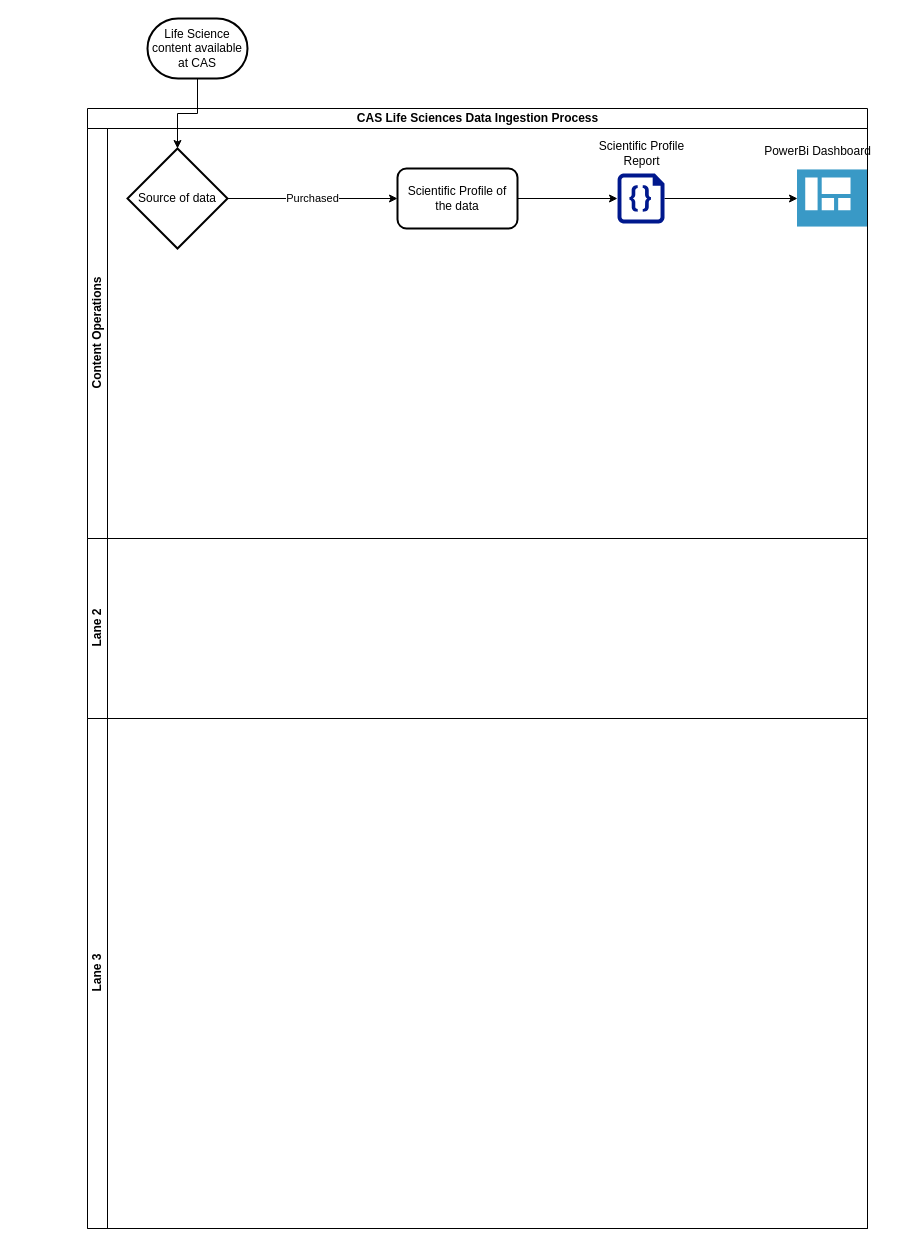
Above: Untitled Diagram.drawio in nilesh-tawari/smartpv_dist (draw.io), before the change. Source tidied: cells renumbered, new cells numbered last; positions are measured from the earlier drawing's top-left corner, leaving out a move shared by most shapes. Both pictures are drawn from the tidied source at 100%, with x=0, y=0 at pixel (87, 18).
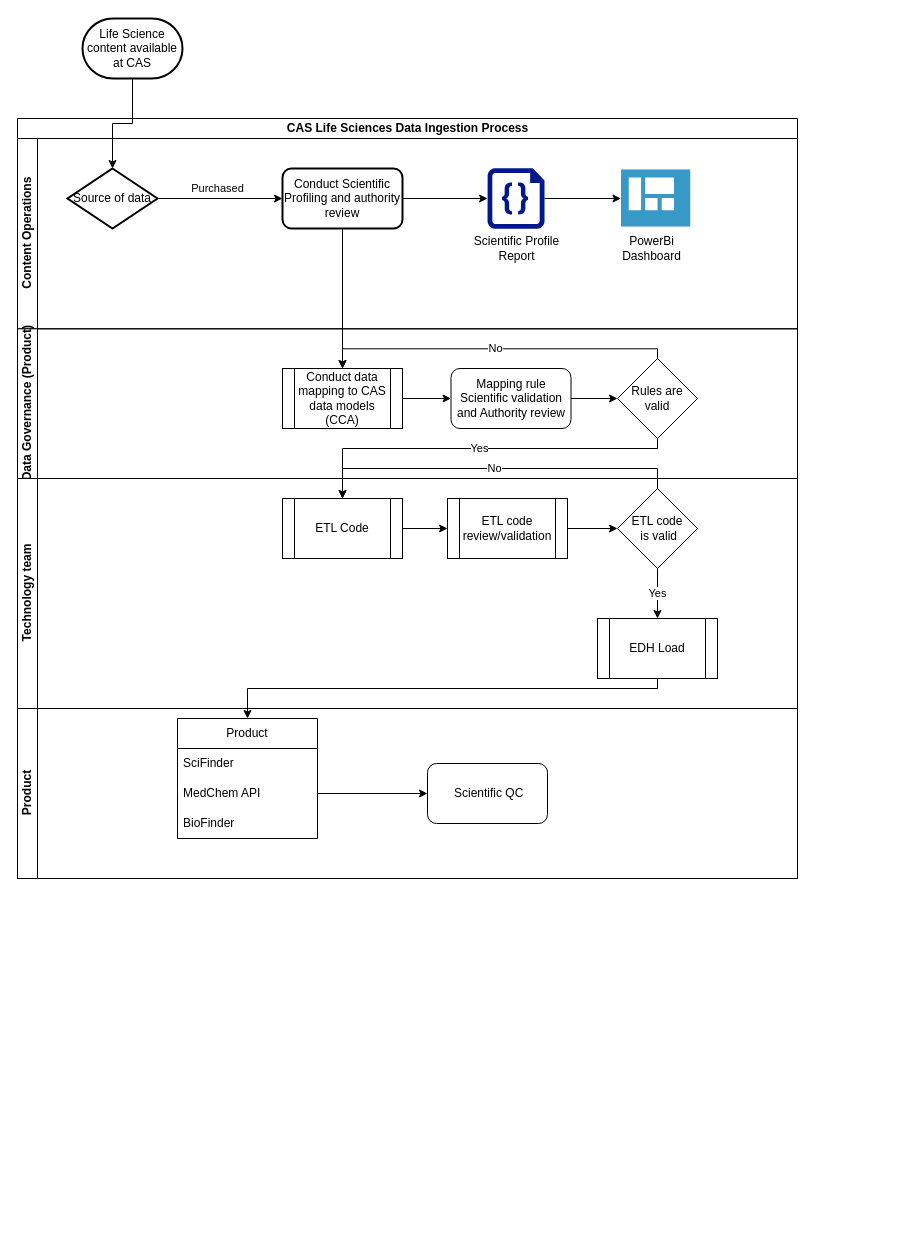
After the change.

Diff of the diagram source:
```diff
@@
     <mxCell id="2" value="CAS Life Sciences Data Ingestion Process" style="swimlane;horizontal=1;startSize=20;html=1;" parent="1" vertex="1">
-      <mxGeometry y="90" width="780" height="1120" as="geometry" />
+      <mxGeometry x="-70" y="100" width="780" height="760" as="geometry" />
     </mxCell>
     <mxCell id="3" value="Content Operations" style="swimlane;startSize=20;horizontal=0;html=1;" parent="2" vertex="1">
-      <mxGeometry y="20" width="780" height="410" as="geometry" />
+      <mxGeometry y="20" width="780" height="190.3" as="geometry" />
     </mxCell>
     <mxCell id="4" value="Purchased" style="edgeStyle=orthogonalEdgeStyle;rounded=0;jettySize=auto;html=1;" parent="3" edge="1" source="5" target="7">
-      <mxGeometry relative="1" as="geometry" />
+      <mxGeometry x="-0.04" y="10" relative="1" as="geometry" />
     </mxCell>
     <mxCell id="5" value="Source of data" style="strokeWidth=2;html=1;shape=mxgraph.flowchart.decision;whiteSpace=wrap;" parent="3" vertex="1">
-      <mxGeometry x="40" y="20" width="100" height="100" as="geometry" />
+      <mxGeometry x="50" y="30" width="90" height="60" as="geometry" />
     </mxCell>
-    <mxCell id="6" style="edgeStyle=orthogonalEdgeStyle;rounded=0;jettySize=auto;html=1;" parent="3" edge="1" source="7" target="9">
+    <mxCell id="6" style="edgeStyle=orthogonalEdgeStyle;rounded=0;jettySize=auto;html=1;entryX=0;entryY=0.5;entryDx=0;entryDy=0;entryPerimeter=0;" parent="3" edge="1" source="7" target="9">
       <mxGeometry relative="1" as="geometry" />
     </mxCell>
-    <mxCell id="7" value="Scientific Profile of the data" style="rounded=1;whiteSpace=wrap;html=1;strokeWidth=2;" parent="3" vertex="1">
-      <mxGeometry x="310" y="40" width="120" height="60" as="geometry" />
+    <mxCell id="7" value="Conduct Scientific Profiling and authority review" style="rounded=1;whiteSpace=wrap;html=1;strokeWidth=2;" parent="3" vertex="1">
+      <mxGeometry x="265" y="30" width="120" height="60" as="geometry" />
     </mxCell>
@@
     <mxCell id="9" style="sketch=0;shadow=0;dashed=0;html=1;strokeColor=none;labelPosition=center;verticalLabelPosition=bottom;verticalAlign=top;align=center;fillColor=#00188D;shape=mxgraph.azure.code_file;" parent="3" vertex="1">
-      <mxGeometry x="530" y="45" width="47" height="50" as="geometry" />
+      <mxGeometry x="470" y="29.7" width="57" height="60.6" as="geometry" />
     </mxCell>
     <mxCell id="10" value="Scientific Profile&lt;br&gt;Report" style="text;html=1;align=center;verticalAlign=middle;strokeColor=none;fillColor=none;" parent="3" vertex="1">
-      <mxGeometry x="498.5" y="5" width="110" height="40" as="geometry" />
+      <mxGeometry x="443.5" y="90.3" width="110" height="40" as="geometry" />
     </mxCell>
     <mxCell id="11" style="image;sketch=0;html=1;points=[];align=center;fontSize=12;image=img/lib/mscae/Shared_Dashboard.svg;" parent="3" vertex="1">
-      <mxGeometry x="710" y="41.3" width="70" height="57.4" as="geometry" />
+      <mxGeometry x="603.5" y="31.3" width="70" height="57.4" as="geometry" />
     </mxCell>
+    <mxCell id="16" value="PowerBi &lt;br&gt;Dashboard" style="text;html=1;align=center;verticalAlign=middle;strokeColor=none;fillColor=none;" parent="3" vertex="1">
+      <mxGeometry x="593.5" y="90.3" width="80" height="40" as="geometry" />
+    </mxCell>
-    <mxCell id="12" value="Lane 2" style="swimlane;startSize=20;horizontal=0;html=1;" parent="2" vertex="1">
-      <mxGeometry y="430" width="780" height="180" as="geometry" />
+    <mxCell id="12" value="Data Governance (Product)" style="swimlane;startSize=20;horizontal=0;html=1;" parent="2" vertex="1">
+      <mxGeometry y="210.3" width="780" height="149.7" as="geometry" />
     </mxCell>
+    <mxCell id="17" value="Conduct data mapping to CAS data models (CCA)" style="shape=process;whiteSpace=wrap;html=1;backgroundOutline=1;" parent="12" vertex="1">
+      <mxGeometry x="265" y="39.7" width="120" height="60" as="geometry" />
+    </mxCell>
+    <mxCell id="18" style="edgeStyle=orthogonalEdgeStyle;rounded=0;jettySize=auto;html=1;entryX=0;entryY=0.5;entryDx=0;entryDy=0;" parent="12" edge="1" source="19" target="22">
+      <mxGeometry relative="1" as="geometry" />
+    </mxCell>
+    <mxCell id="19" value="Mapping rule Scientific validation and Authority review" style="rounded=1;whiteSpace=wrap;html=1;" parent="12" vertex="1">
+      <mxGeometry x="433.5" y="39.7" width="120" height="60" as="geometry" />
+    </mxCell>
+    <mxCell id="20" style="edgeStyle=orthogonalEdgeStyle;rounded=0;jettySize=auto;html=1;exitX=1;exitY=0.5;exitDx=0;exitDy=0;entryX=0;entryY=0.5;entryDx=0;entryDy=0;" parent="12" edge="1" source="17" target="19">
+      <mxGeometry relative="1" as="geometry" />
+    </mxCell>
+    <mxCell id="21" value="No" style="edgeStyle=orthogonalEdgeStyle;rounded=0;jettySize=auto;html=1;entryX=0.5;entryY=0;entryDx=0;entryDy=0;" parent="12" edge="1" source="22" target="17">
+      <mxGeometry relative="1" as="geometry">
+        <Array as="points">
+          <mxPoint x="640" y="20" />
+          <mxPoint x="325" y="20" />
+        </Array>
+      </mxGeometry>
+    </mxCell>
+    <mxCell id="22" value="Rules are valid" style="rhombus;whiteSpace=wrap;html=1;" parent="12" vertex="1">
+      <mxGeometry x="600" y="29.7" width="80" height="80" as="geometry" />
+    </mxCell>
-    <mxCell id="13" value="Lane 3" style="swimlane;startSize=20;horizontal=0;html=1;" parent="2" vertex="1">
-      <mxGeometry y="610" width="780" height="510" as="geometry" />
+    <mxCell id="13" value="Technology team" style="swimlane;startSize=20;horizontal=0;html=1;" parent="2" vertex="1">
+      <mxGeometry y="360" width="780" height="230" as="geometry" />
     </mxCell>
+    <mxCell id="23" style="edgeStyle=orthogonalEdgeStyle;rounded=0;jettySize=auto;html=1;exitX=1;exitY=0.5;exitDx=0;exitDy=0;entryX=0;entryY=0.5;entryDx=0;entryDy=0;" parent="13" edge="1" source="24" target="26">
+      <mxGeometry relative="1" as="geometry" />
+    </mxCell>
+    <mxCell id="24" value="ETL Code" style="shape=process;whiteSpace=wrap;html=1;backgroundOutline=1;" parent="13" vertex="1">
+      <mxGeometry x="265" y="20" width="120" height="60" as="geometry" />
+    </mxCell>
+    <mxCell id="25" value="EDH Load" style="shape=process;whiteSpace=wrap;html=1;backgroundOutline=1;" parent="13" vertex="1">
+      <mxGeometry x="580" y="140" width="120" height="60" as="geometry" />
+    </mxCell>
+    <mxCell id="26" value="ETL code review/validation" style="shape=process;whiteSpace=wrap;html=1;backgroundOutline=1;" parent="13" vertex="1">
+      <mxGeometry x="430" y="20" width="120" height="60" as="geometry" />
+    </mxCell>
+    <mxCell id="27" value="Yes" style="edgeStyle=orthogonalEdgeStyle;rounded=0;jettySize=auto;html=1;exitX=0.5;exitY=1;exitDx=0;exitDy=0;entryX=0.5;entryY=0;entryDx=0;entryDy=0;" parent="13" edge="1" source="29" target="25">
+      <mxGeometry relative="1" as="geometry" />
+    </mxCell>
+    <mxCell id="28" value="No" style="edgeStyle=orthogonalEdgeStyle;rounded=0;jettySize=auto;html=1;exitX=0.5;exitY=0;exitDx=0;exitDy=0;entryX=0.5;entryY=0;entryDx=0;entryDy=0;" parent="13" edge="1" source="29" target="24">
+      <mxGeometry relative="1" as="geometry" />
+    </mxCell>
+    <mxCell id="29" value="ETL code&lt;br&gt;&amp;nbsp;is valid" style="rhombus;whiteSpace=wrap;html=1;" parent="13" vertex="1">
+      <mxGeometry x="600" y="10" width="80" height="80" as="geometry" />
+    </mxCell>
+    <mxCell id="30" style="edgeStyle=orthogonalEdgeStyle;rounded=0;jettySize=auto;html=1;exitX=1;exitY=0.5;exitDx=0;exitDy=0;" parent="13" edge="1" source="26" target="29">
+      <mxGeometry relative="1" as="geometry" />
+    </mxCell>
+    <mxCell id="31" value="Product" style="swimlane;startSize=20;horizontal=0;html=1;" parent="2" vertex="1">
+      <mxGeometry y="590" width="780" height="170" as="geometry" />
+    </mxCell>
+    <mxCell id="32" value="Product" style="swimlane;fontStyle=0;horizontal=1;startSize=30;whiteSpace=wrap;html=1;" parent="31" vertex="1">
+      <mxGeometry x="160" y="10" width="140" height="120" as="geometry" />
+    </mxCell>
+    <mxCell id="33" value="SciFinder" style="text;strokeColor=none;fillColor=none;align=left;verticalAlign=middle;spacingLeft=4;spacingRight=4;overflow=hidden;whiteSpace=wrap;html=1;" parent="32" vertex="1">
+      <mxGeometry y="30" width="140" height="30" as="geometry" />
+    </mxCell>
+    <mxCell id="34" value="MedChem API" style="text;strokeColor=none;fillColor=none;align=left;verticalAlign=middle;spacingLeft=4;spacingRight=4;overflow=hidden;points=[[0,0.5],[1,0.5]];portConstraint=eastwest;whiteSpace=wrap;html=1;" parent="32" vertex="1">
+      <mxGeometry y="60" width="140" height="30" as="geometry" />
+    </mxCell>
+    <mxCell id="35" value="BioFinder" style="text;strokeColor=none;fillColor=none;align=left;verticalAlign=middle;spacingLeft=4;spacingRight=4;overflow=hidden;whiteSpace=wrap;html=1;" parent="32" vertex="1">
+      <mxGeometry y="90" width="140" height="30" as="geometry" />
+    </mxCell>
+    <mxCell id="36" value="&amp;nbsp;Scientific QC" style="rounded=1;whiteSpace=wrap;html=1;" parent="31" vertex="1">
+      <mxGeometry x="410" y="55" width="120" height="60" as="geometry" />
+    </mxCell>
+    <mxCell id="37" style="edgeStyle=orthogonalEdgeStyle;rounded=0;jettySize=auto;html=1;exitX=1;exitY=0.5;exitDx=0;exitDy=0;" parent="31" edge="1" source="34" target="36">
+      <mxGeometry relative="1" as="geometry" />
+    </mxCell>
+    <mxCell id="38" style="edgeStyle=orthogonalEdgeStyle;rounded=0;jettySize=auto;html=1;" parent="2" edge="1" source="7" target="17">
+      <mxGeometry relative="1" as="geometry" />
+    </mxCell>
+    <mxCell id="39" style="edgeStyle=orthogonalEdgeStyle;rounded=0;jettySize=auto;html=1;exitX=0.5;exitY=1;exitDx=0;exitDy=0;" parent="2" edge="1" source="25" target="32">
+      <mxGeometry relative="1" as="geometry">
+        <Array as="points">
+          <mxPoint x="640" y="570" />
+          <mxPoint x="230" y="570" />
+        </Array>
+      </mxGeometry>
+    </mxCell>
+    <mxCell id="40" value="Yes" style="edgeStyle=orthogonalEdgeStyle;rounded=0;jettySize=auto;html=1;" parent="2" edge="1" source="22" target="24">
+      <mxGeometry relative="1" as="geometry">
+        <Array as="points">
+          <mxPoint x="640" y="330" />
+          <mxPoint x="325" y="330" />
+        </Array>
+      </mxGeometry>
+    </mxCell>
     <mxCell id="14" value="&lt;font style=&quot;font-size: 12px;&quot;&gt;Life Science content available at CAS&lt;/font&gt;" style="strokeWidth=2;html=1;shape=mxgraph.flowchart.terminator;whiteSpace=wrap;" parent="1" vertex="1">
-      <mxGeometry x="60" width="100" height="60" as="geometry" />
+      <mxGeometry x="-5" width="100" height="60" as="geometry" />
     </mxCell>
@@
-    <mxCell id="16" value="PowerBi Dashboard" style="text;html=1;align=center;verticalAlign=middle;strokeColor=none;fillColor=none;" parent="1" vertex="1">
-      <mxGeometry x="665" y="118" width="130" height="30" as="geometry" />
-    </mxCell>
```
